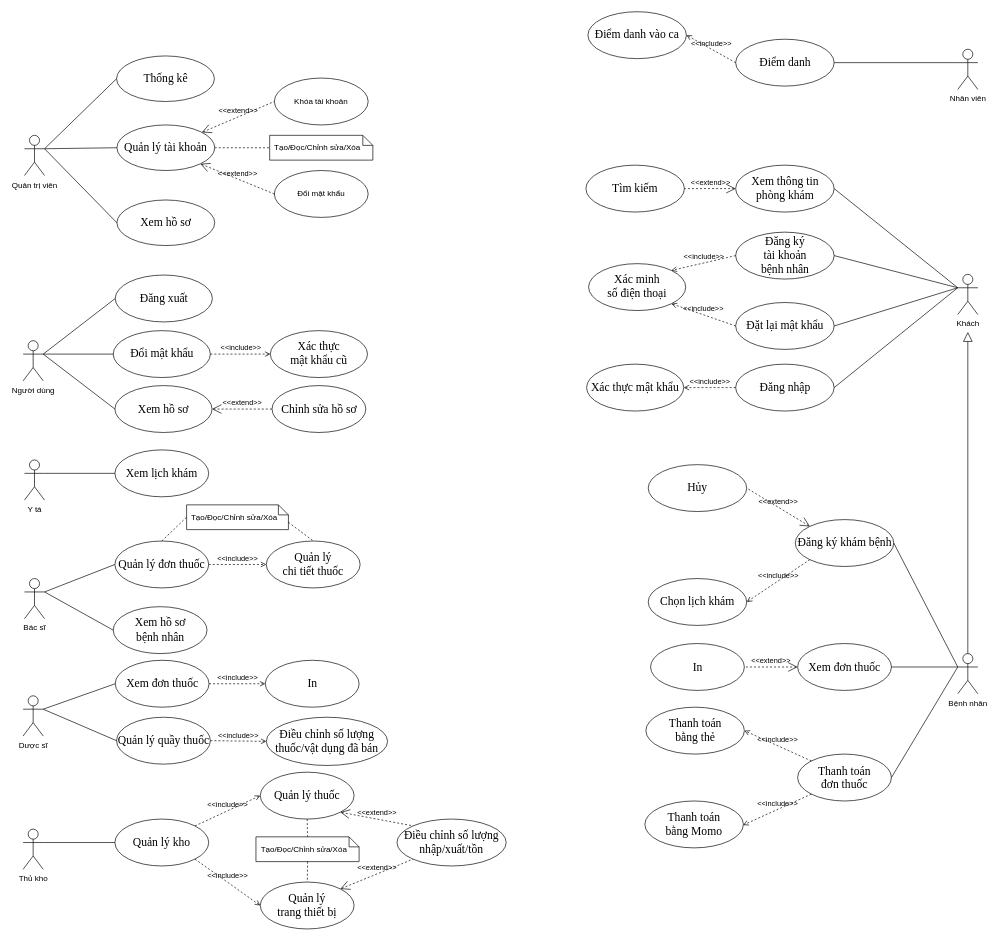
This is designs/luc.drawio from luclegen/medicine16, a draw.io file, before an edit. Source tidied: cells renumbered, new cells numbered last; positions are measured from the earlier drawing's top-left corner, leaving out a move shared by most shapes. Both pictures are drawn from the tidied source at 67%, with x=0, y=0 at pixel (23, 11).
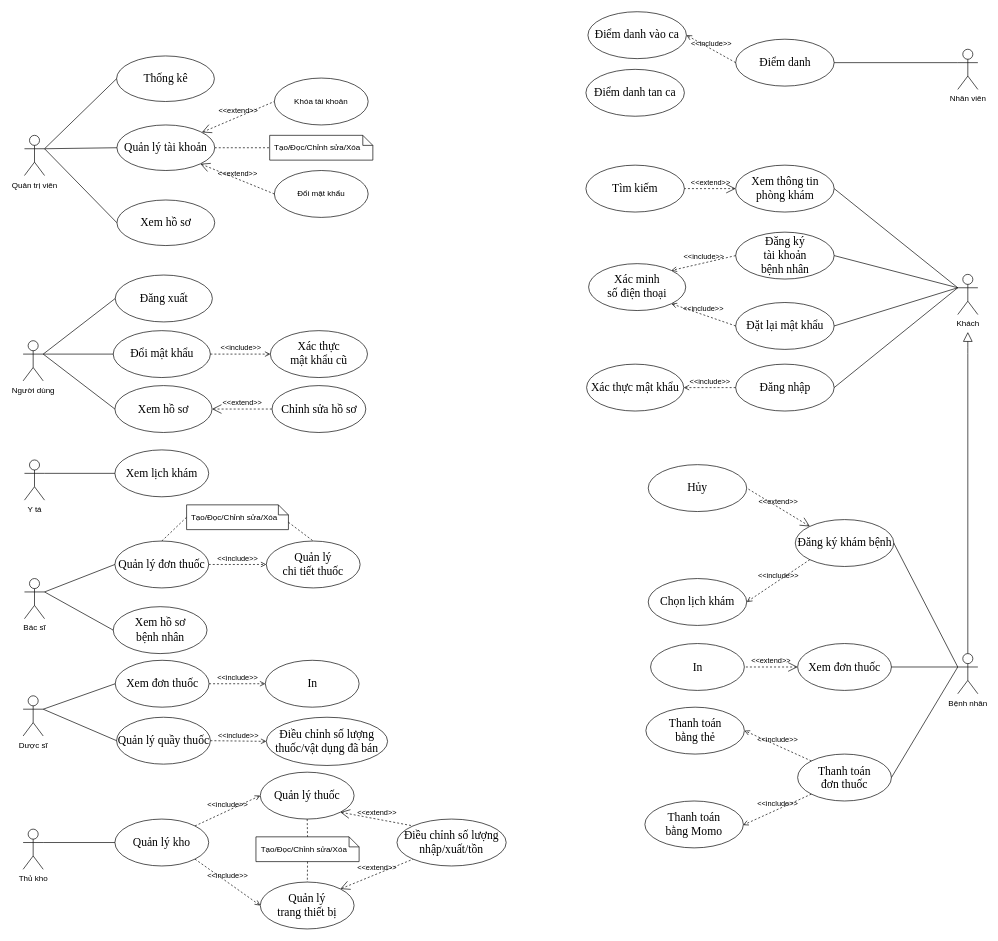
The same diagram, later.

Commit message:
Create Điểm danh tan ca

Change to the diagram source:
```diff
@@
+    <mxCell id="100" value="&lt;font face=&quot;times new roman, serif&quot;&gt;&lt;span style=&quot;font-size: 17.3333px&quot;&gt;Điểm danh tan ca&lt;/span&gt;&lt;/font&gt;" style="ellipse;whiteSpace=wrap;html=1;" parent="1" vertex="1">
+      <mxGeometry x="840" y="86" width="147" height="70" as="geometry" />
+    </mxCell>
```
